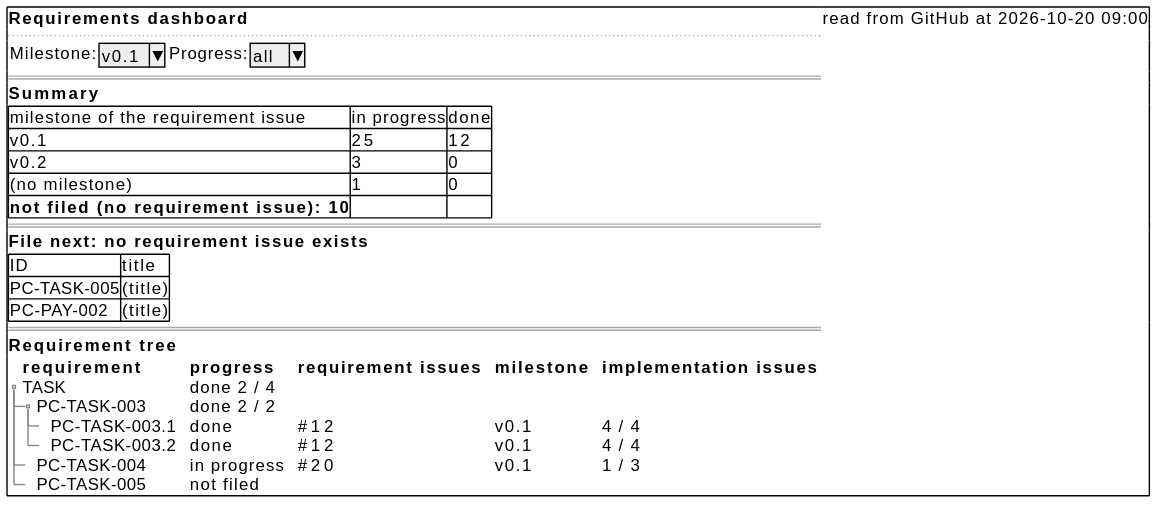
The PlantUML diagram docs/ja/requirements/dashboard/dashboard-wireframe.svg in cloveclovedev/cumin-trace, before a commit.
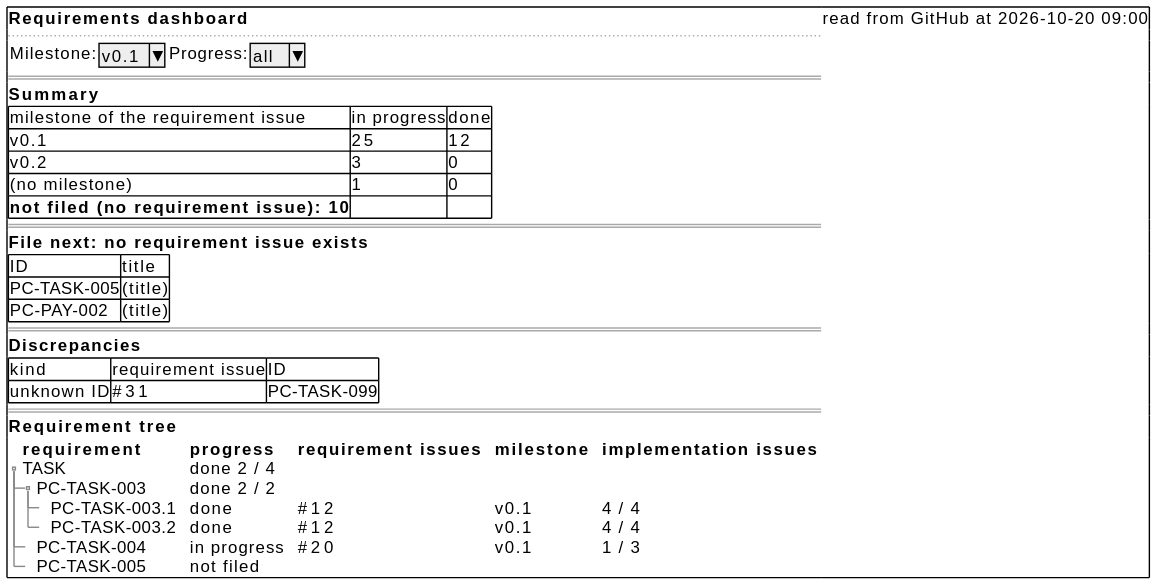
The same diagram one commit later.

The edit, as a diff of the source:
```diff
@@ -21,6 +21,12 @@
     PC-PAY-002 | (title)
   }
   ==
+  <b>Discrepancies
+  {#
+    kind | requirement issue | ID
+    unknown ID | ~#31 | PC-TASK-099
+  }
+  ==
   <b>Requirement tree
   {T
     + <b>requirement | <b>progress | <b>requirement issues | <b>milestone | <b>implementation issues
```
